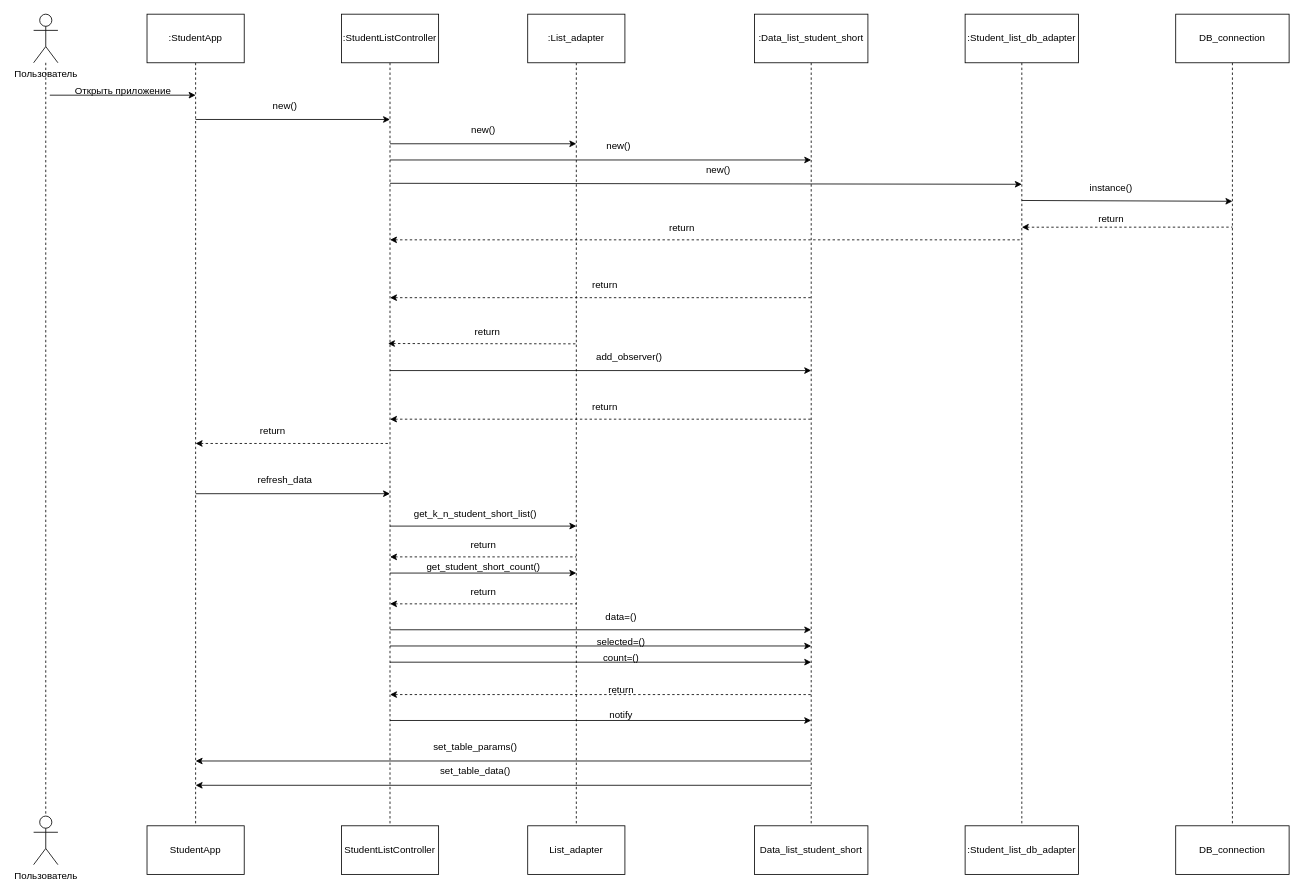
Before: Students/StudentsSequence.drawio in avtss/Patterns, a draw.io diagram. Source tidied: cells renumbered, new cells numbered last; positions are measured from the earlier drawing's top-left corner, leaving out a move shared by most shapes. Both pictures are drawn from the tidied source at 81%, with x=0, y=0 at pixel (33, 14).
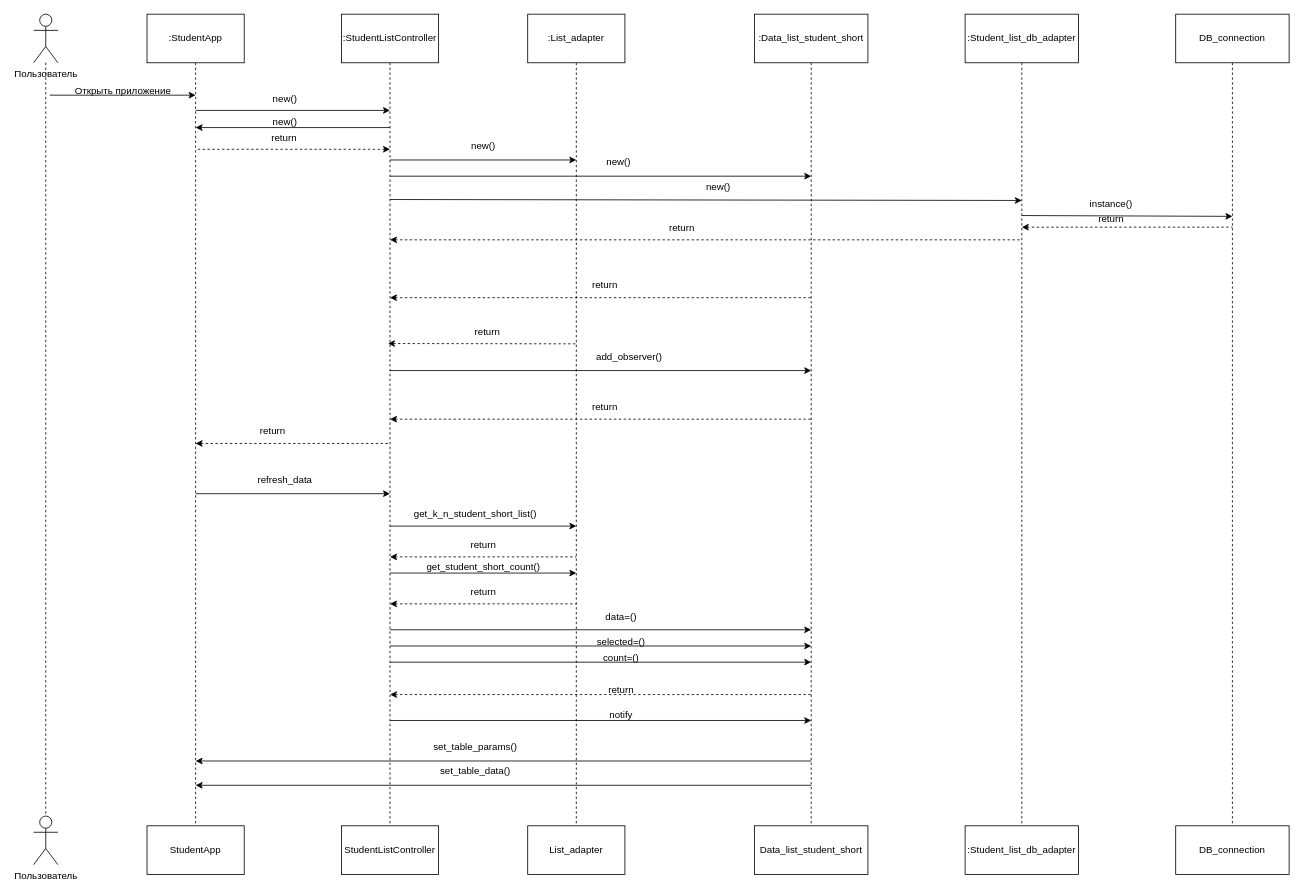
Above is the later version.

Commit message (it also covers changes not shown here):
Lab5. fixed seq diagramm

Diff of the diagram source:
```diff
@@
     <mxCell id="13" style="endArrow=classic;html=1;rounded=0;" parent="1" edge="1">
       <mxGeometry relative="1" as="geometry">
-        <mxPoint x="200" y="130" as="sourcePoint" />
-        <mxPoint x="440" y="130" as="targetPoint" />
+        <mxPoint x="200" y="118.8" as="sourcePoint" />
+        <mxPoint x="440" y="118.8" as="targetPoint" />
       </mxGeometry>
     </mxCell>
     <mxCell id="14" value="new()" style="text;html=1;align=center;verticalAlign=middle;strokeColor=none;fillColor=none;" parent="1" vertex="1">
-      <mxGeometry x="285" y="98" width="50" height="30" as="geometry" />
+      <mxGeometry x="285" y="90" width="50" height="30" as="geometry" />
     </mxCell>
@@
     <mxCell id="18" style="endArrow=classic;html=1;rounded=0;" parent="1" edge="1">
       <mxGeometry relative="1" as="geometry">
-        <mxPoint x="440" y="160" as="sourcePoint" />
-        <mxPoint x="670" y="160" as="targetPoint" />
+        <mxPoint x="440" y="180" as="sourcePoint" />
+        <mxPoint x="670" y="180" as="targetPoint" />
       </mxGeometry>
     </mxCell>
     <mxCell id="19" value="new()" style="text;html=1;align=center;verticalAlign=middle;strokeColor=none;fillColor=none;" parent="1" vertex="1">
-      <mxGeometry x="530" y="128" width="50" height="30" as="geometry" />
+      <mxGeometry x="530" y="148" width="50" height="30" as="geometry" />
     </mxCell>
@@
     <mxCell id="43" style="endArrow=classic;html=1;rounded=0;" parent="1" edge="1">
       <mxGeometry relative="1" as="geometry">
-        <mxPoint x="440" y="180" as="sourcePoint" />
-        <mxPoint x="960" y="180" as="targetPoint" />
+        <mxPoint x="440" y="200" as="sourcePoint" />
+        <mxPoint x="960" y="200" as="targetPoint" />
       </mxGeometry>
     </mxCell>
     <mxCell id="44" value="new()" style="text;html=1;align=center;verticalAlign=middle;strokeColor=none;fillColor=none;" parent="1" vertex="1">
-      <mxGeometry x="697" y="148" width="50" height="30" as="geometry" />
+      <mxGeometry x="697" y="168" width="50" height="30" as="geometry" />
     </mxCell>
@@
     <mxCell id="58" style="endArrow=classic;html=1;rounded=0;" parent="1" edge="1">
       <mxGeometry relative="1" as="geometry">
-        <mxPoint x="440" y="208.8" as="sourcePoint" />
-        <mxPoint x="1220" y="210" as="targetPoint" />
+        <mxPoint x="440" y="228.8" as="sourcePoint" />
+        <mxPoint x="1220" y="230" as="targetPoint" />
       </mxGeometry>
     </mxCell>
@@
     <mxCell id="62" value="new()" style="text;html=1;align=center;verticalAlign=middle;strokeColor=none;fillColor=none;" parent="1" vertex="1">
-      <mxGeometry x="820" y="178" width="50" height="30" as="geometry" />
+      <mxGeometry x="820" y="198" width="50" height="30" as="geometry" />
     </mxCell>
@@
     <mxCell id="65" style="endArrow=classic;html=1;rounded=0;" parent="1" edge="1">
       <mxGeometry relative="1" as="geometry">
-        <mxPoint x="1220" y="230" as="sourcePoint" />
-        <mxPoint x="1480" y="231" as="targetPoint" />
+        <mxPoint x="1220" y="248.6" as="sourcePoint" />
+        <mxPoint x="1480" y="249.6" as="targetPoint" />
       </mxGeometry>
     </mxCell>
     <mxCell id="66" value="instance()" style="text;html=1;align=center;verticalAlign=middle;strokeColor=none;fillColor=none;" parent="1" vertex="1">
-      <mxGeometry x="1290" y="200" width="80" height="30" as="geometry" />
+      <mxGeometry x="1290" y="218.6" width="80" height="30" as="geometry" />
     </mxCell>
@@
+    <mxCell id="73" style="endArrow=none;html=1;rounded=0;startArrow=classic;startFill=1;endFill=0;" parent="1" edge="1">
+      <mxGeometry relative="1" as="geometry">
+        <mxPoint x="200" y="140" as="sourcePoint" />
+        <mxPoint x="440" y="140" as="targetPoint" />
+      </mxGeometry>
+    </mxCell>
+    <mxCell id="74" value="new()" style="text;html=1;align=center;verticalAlign=middle;strokeColor=none;fillColor=none;" parent="1" vertex="1">
+      <mxGeometry x="285" y="118" width="50" height="30" as="geometry" />
+    </mxCell>
+    <mxCell id="75" style="endArrow=none;html=1;rounded=0;dashed=1;startArrow=classic;startFill=1;endFill=0;" parent="1" edge="1">
+      <mxGeometry relative="1" as="geometry">
+        <mxPoint x="440" y="166.8" as="sourcePoint" />
+        <mxPoint x="200" y="166.8" as="targetPoint" />
+      </mxGeometry>
+    </mxCell>
+    <mxCell id="76" value="return" style="text;html=1;align=center;verticalAlign=middle;strokeColor=none;fillColor=none;" parent="1" vertex="1">
+      <mxGeometry x="284" y="138" width="50" height="30" as="geometry" />
+    </mxCell>
```
